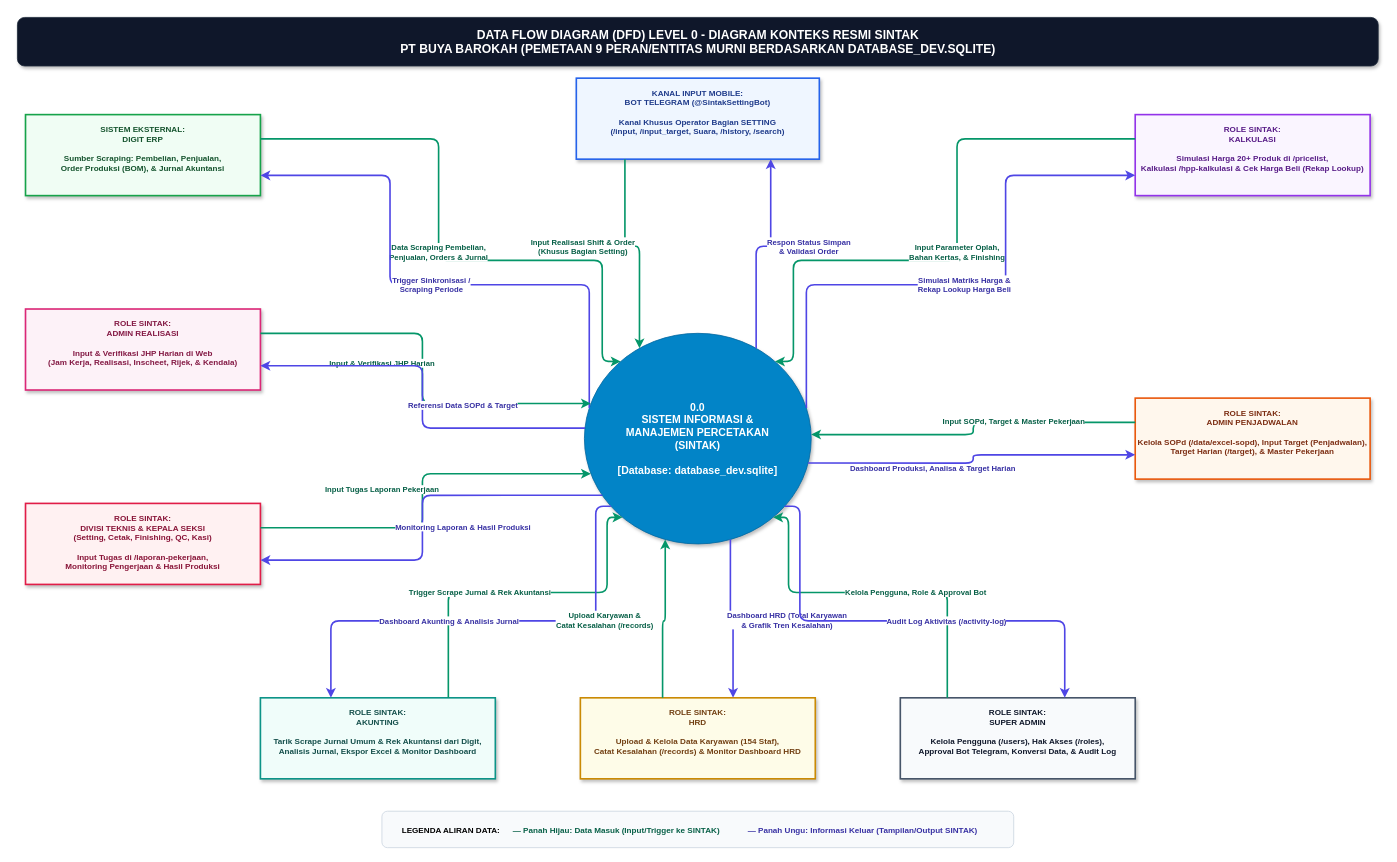
nauval131922-2/sintak_pt_buya_barokah keeps this draw.io diagram as page "DFD Level 0 - Diagram Konteks" (1 of 3) of sintak-dfd.drawio. Above is the earlier version. Source tidied: cells renumbered, new cells numbered last; positions are measured from the earlier drawing's top-left corner, leaving out a move shared by most shapes. Both pictures are drawn from the tidied source at 81%, with x=0, y=0 at pixel (17, 17).
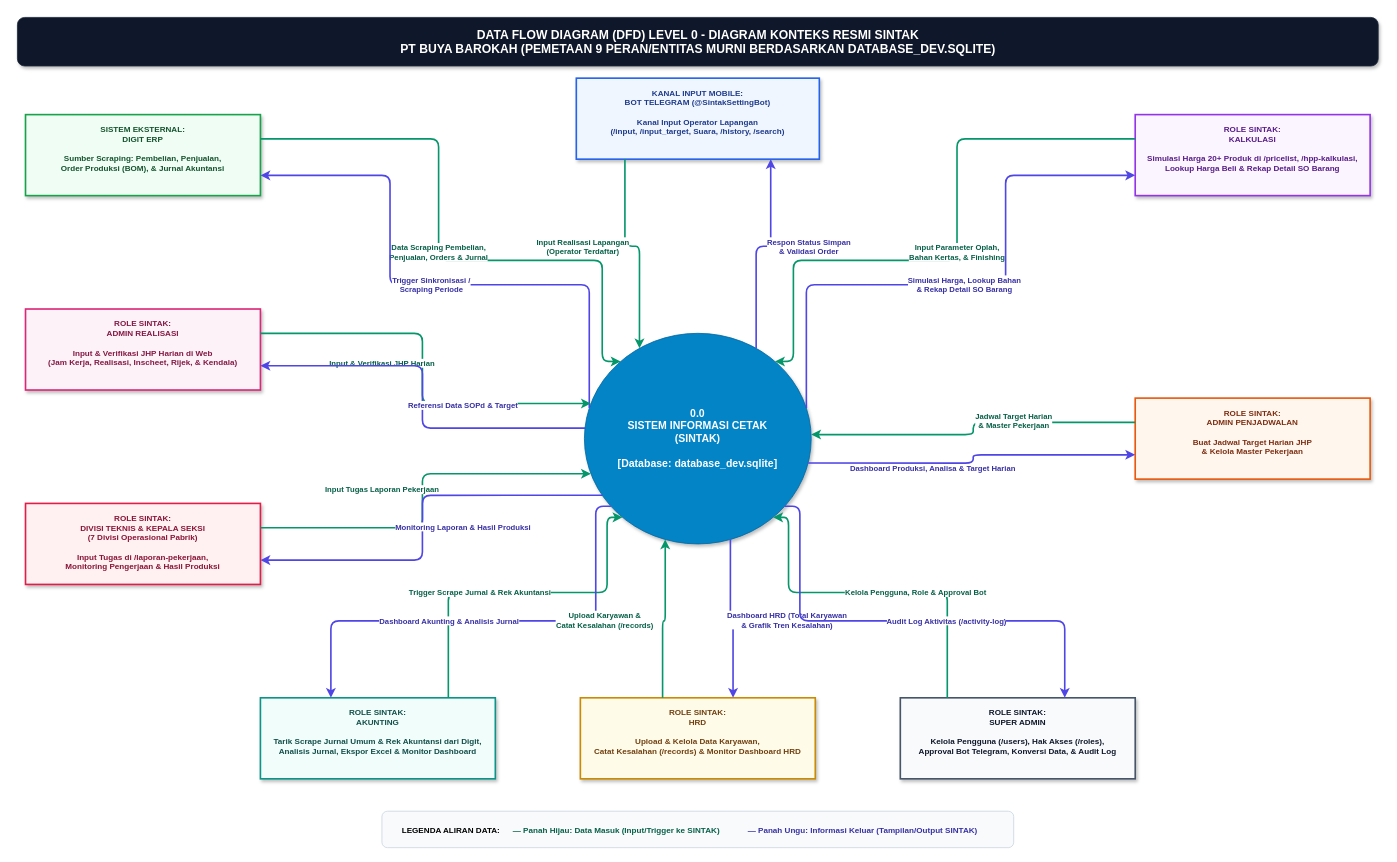
The same page after the edit.

Commit message (it also covers changes not shown here):
docs: luruskan peran Admin Penjadwalan, cakupan 7 divisi Laporan Pekerjaan, dan akses Rekap SO di DFD Level 0, 1, dan 2

The edit, as a diff of the source:
```diff
@@
-    <mxCell id="4" value="0.0&#10;SISTEM INFORMASI &amp;&#10;MANAJEMEN PERCETAKAN&#10;(SINTAK)&#10;&#10;[Database: database_dev.sqlite]" style="ellipse;whiteSpace=wrap;html=1;fillColor=#0284c7;strokeColor=#0369a1;fontColor=#ffffff;fontSize=13;fontStyle=1;align=center;verticalAlign=middle;shadow=1;spacing=8;" parent="1" vertex="1">
+    <mxCell id="4" value="0.0&#10;SISTEM INFORMASI CETAK&#10;(SINTAK)&#10;&#10;[Database: database_dev.sqlite]" style="ellipse;whiteSpace=wrap;html=1;fillColor=#0284c7;strokeColor=#0369a1;fontColor=#ffffff;fontSize=13;fontStyle=1;align=center;verticalAlign=middle;shadow=1;spacing=8;" parent="1" vertex="1">
       <mxGeometry x="700" y="390" width="280" height="260" as="geometry" />
     </mxCell>
-    <mxCell id="5" value="KANAL INPUT MOBILE:&#10;BOT TELEGRAM (@SintakSettingBot)&#10;&#10;Kanal Khusus Operator Bagian SETTING&#10;(/input, /input_target, Suara, /history, /search)" style="rounded=0;whiteSpace=wrap;html=1;shadow=1;fontSize=10;fontStyle=1;align=center;verticalAlign=top;spacingTop=6;strokeWidth=2;fillColor=#eff6ff;strokeColor=#2563eb;fontColor=#1e3a8a;" parent="1" vertex="1">
+    <mxCell id="5" value="KANAL INPUT MOBILE:&#10;BOT TELEGRAM (@SintakSettingBot)&#10;&#10;Kanal Input Operator Lapangan&#10;(/input, /input_target, Suara, /history, /search)" style="rounded=0;whiteSpace=wrap;html=1;shadow=1;fontSize=10;fontStyle=1;align=center;verticalAlign=top;spacingTop=6;strokeWidth=2;fillColor=#eff6ff;strokeColor=#2563eb;fontColor=#1e3a8a;" parent="1" vertex="1">
       <mxGeometry x="690" y="75" width="300" height="100" as="geometry" />
     </mxCell>
@@
-    <mxCell id="8" value="ROLE SINTAK:&#10;DIVISI TEKNIS &amp; KEPALA SEKSI&#10;(Setting, Cetak, Finishing, QC, Kasi)&#10;&#10;Input Tugas di /laporan-pekerjaan,&#10;Monitoring Pengerjaan &amp; Hasil Produksi" style="rounded=0;whiteSpace=wrap;html=1;shadow=1;fontSize=10;fontStyle=1;align=center;verticalAlign=top;spacingTop=6;strokeWidth=2;fillColor=#fff1f2;strokeColor=#e11d48;fontColor=#881337;" parent="1" vertex="1">
+    <mxCell id="8" value="ROLE SINTAK:&#10;DIVISI TEKNIS &amp; KEPALA SEKSI&#10;(7 Divisi Operasional Pabrik)&#10;&#10;Input Tugas di /laporan-pekerjaan,&#10;Monitoring Pengerjaan &amp; Hasil Produksi" style="rounded=0;whiteSpace=wrap;html=1;shadow=1;fontSize=10;fontStyle=1;align=center;verticalAlign=top;spacingTop=6;strokeWidth=2;fillColor=#fff1f2;strokeColor=#e11d48;fontColor=#881337;" parent="1" vertex="1">
       <mxGeometry x="10" y="600" width="290" height="100" as="geometry" />
     </mxCell>
-    <mxCell id="9" value="ROLE SINTAK:&#10;KALKULASI&#10;&#10;Simulasi Harga 20+ Produk di /pricelist,&#10;Kalkulasi /hpp-kalkulasi &amp; Cek Harga Beli (Rekap Lookup)" style="rounded=0;whiteSpace=wrap;html=1;shadow=1;fontSize=10;fontStyle=1;align=center;verticalAlign=top;spacingTop=6;strokeWidth=2;fillColor=#faf5ff;strokeColor=#9333ea;fontColor=#581c87;" parent="1" vertex="1">
+    <mxCell id="9" value="ROLE SINTAK:&#10;KALKULASI&#10;&#10;Simulasi Harga 20+ Produk di /pricelist, /hpp-kalkulasi,&#10;Lookup Harga Beli &amp; Rekap Detail SO Barang" style="rounded=0;whiteSpace=wrap;html=1;shadow=1;fontSize=10;fontStyle=1;align=center;verticalAlign=top;spacingTop=6;strokeWidth=2;fillColor=#faf5ff;strokeColor=#9333ea;fontColor=#581c87;" parent="1" vertex="1">
       <mxGeometry x="1380" y="120" width="290" height="100" as="geometry" />
     </mxCell>
-    <mxCell id="10" value="ROLE SINTAK:&#10;ADMIN PENJADWALAN&#10;&#10;Kelola SOPd (/data/excel-sopd), Input Target (Penjadwalan),&#10;Target Harian (/target), &amp; Master Pekerjaan" style="rounded=0;whiteSpace=wrap;html=1;shadow=1;fontSize=10;fontStyle=1;align=center;verticalAlign=top;spacingTop=6;strokeWidth=2;fillColor=#fff7ed;strokeColor=#ea580c;fontColor=#7c2d12;" parent="1" vertex="1">
+    <mxCell id="10" value="ROLE SINTAK:&#10;ADMIN PENJADWALAN&#10;&#10;Buat Jadwal Target Harian JHP&#10;&amp; Kelola Master Pekerjaan" style="rounded=0;whiteSpace=wrap;html=1;shadow=1;fontSize=10;fontStyle=1;align=center;verticalAlign=top;spacingTop=6;strokeWidth=2;fillColor=#fff7ed;strokeColor=#ea580c;fontColor=#7c2d12;" parent="1" vertex="1">
       <mxGeometry x="1380" y="470" width="290" height="100" as="geometry" />
     </mxCell>
@@
-    <mxCell id="12" value="ROLE SINTAK:&#10;HRD&#10;&#10;Upload &amp; Kelola Data Karyawan (154 Staf),&#10;Catat Kesalahan (/records) &amp; Monitor Dashboard HRD" style="rounded=0;whiteSpace=wrap;html=1;shadow=1;fontSize=10;fontStyle=1;align=center;verticalAlign=top;spacingTop=6;strokeWidth=2;fillColor=#fefce8;strokeColor=#ca8a04;fontColor=#713f12;" parent="1" vertex="1">
+    <mxCell id="12" value="ROLE SINTAK:&#10;HRD&#10;&#10;Upload &amp; Kelola Data Karyawan,&#10;Catat Kesalahan (/records) &amp; Monitor Dashboard HRD" style="rounded=0;whiteSpace=wrap;html=1;shadow=1;fontSize=10;fontStyle=1;align=center;verticalAlign=top;spacingTop=6;strokeWidth=2;fillColor=#fefce8;strokeColor=#ca8a04;fontColor=#713f12;" parent="1" vertex="1">
       <mxGeometry x="695" y="840" width="290" height="100" as="geometry" />
     </mxCell>
@@
-    <mxCell id="14" value="Input Realisasi Shift &amp; Order&#10;(Khusus Bagian Setting)" style="edgeStyle=orthogonalEdgeStyle;rounded=1;jettySize=auto;html=1;strokeWidth=2;strokeColor=#059669;fontColor=#065f46;fontSize=9.5;fontStyle=1;labelBackgroundColor=#ffffff;exitX=0.2;exitY=1;entryX=0.2;entryY=0;align=center;" parent="1" edge="1" source="5" target="4">
+    <mxCell id="14" value="Input Realisasi Lapangan&#10;(Operator Terdaftar)" style="edgeStyle=orthogonalEdgeStyle;rounded=1;jettySize=auto;html=1;strokeWidth=2;strokeColor=#059669;fontColor=#065f46;fontSize=9.5;fontStyle=1;labelBackgroundColor=#ffffff;exitX=0.2;exitY=1;entryX=0.2;entryY=0;align=center;" parent="1" edge="1" source="5" target="4">
       <mxGeometry relative="1" as="geometry">
         <mxPoint x="-70" as="offset" />
       </mxGeometry>
     </mxCell>
@@
-    <mxCell id="23" value="Simulasi Matriks Harga &amp;&#10;Rekap Lookup Harga Beli" style="edgeStyle=orthogonalEdgeStyle;rounded=1;jettySize=auto;html=1;strokeWidth=2;strokeColor=#4f46e5;fontColor=#3730a3;fontSize=9.5;fontStyle=1;labelBackgroundColor=#ffffff;exitX=0.98;entryX=0;entryY=0.75;align=center;" parent="1" edge="1" source="4" target="9">
+    <mxCell id="23" value="Simulasi Harga, Lookup Bahan&#10;&amp; Rekap Detail SO Barang" style="edgeStyle=orthogonalEdgeStyle;rounded=1;jettySize=auto;html=1;strokeWidth=2;strokeColor=#4f46e5;fontColor=#3730a3;fontSize=9.5;fontStyle=1;labelBackgroundColor=#ffffff;exitX=0.98;entryX=0;entryY=0.75;align=center;" parent="1" edge="1" source="4" target="9">
       <mxGeometry relative="1" as="geometry">
         <Array as="points">
           <mxPoint x="974" y="330" />
           <mxPoint x="1220" y="330" />
           <mxPoint x="1220" y="195" />
         </Array>
       </mxGeometry>
     </mxCell>
-    <mxCell id="24" value="Input SOPd, Target &amp; Master Pekerjaan" style="edgeStyle=orthogonalEdgeStyle;rounded=1;jettySize=auto;html=1;strokeWidth=2;strokeColor=#059669;fontColor=#065f46;fontSize=9.5;fontStyle=1;labelBackgroundColor=#ffffff;exitX=0;exitY=0.3;entryX=1;entryY=0.48;align=center;" parent="1" edge="1" source="10" target="4">
+    <mxCell id="24" value="Jadwal Target Harian&#10;&amp; Master Pekerjaan" style="edgeStyle=orthogonalEdgeStyle;rounded=1;jettySize=auto;html=1;strokeWidth=2;strokeColor=#059669;fontColor=#065f46;fontSize=9.5;fontStyle=1;labelBackgroundColor=#ffffff;exitX=0;exitY=0.3;entryX=1;entryY=0.48;align=center;" parent="1" edge="1" source="10" target="4">
       <mxGeometry relative="1" as="geometry">
         <mxPoint x="50" y="-10" as="offset" />
       </mxGeometry>
     </mxCell>
```
